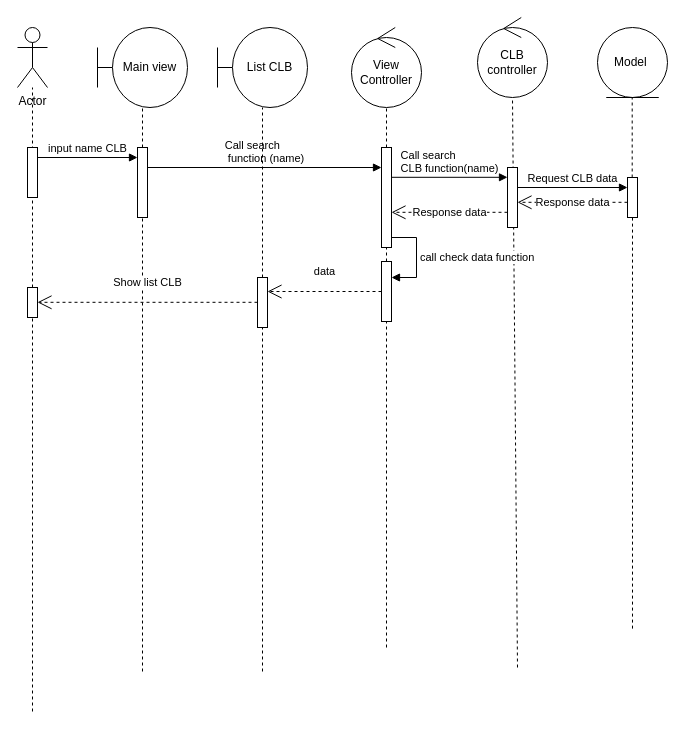
The draw.io diagram page "Search_CLB" (8 of 12) of diagram.drawio in ZanhhTrann/finall_project-, before the edit. Source tidied: cells renumbered, new cells numbered last; positions are measured from the earlier drawing's top-left corner, leaving out a move shared by most shapes. Both pictures are drawn from the tidied source at 100%, with x=0, y=0 at pixel (17, 17).
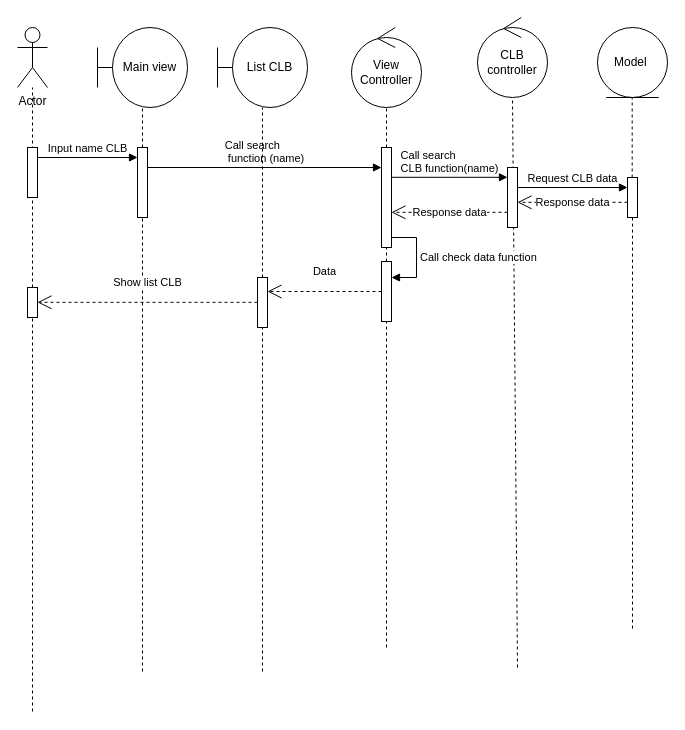
Above is the later version.

The change refers to these unchanged cells:
```xml
<mxCell id="16" style="html=1;points=[[0,0,0,0,5],[0,1,0,0,-5],[1,0,0,0,5],[1,1,0,0,-5]];perimeter=orthogonalPerimeter;outlineConnect=0;targetShapes=umlLifeline;portConstraint=eastwest;newEdgeStyle={&quot;curved&quot;:0,&quot;rounded&quot;:0};" parent="1" vertex="1">
  <mxGeometry x="364" y="244" width="10" height="60" as="geometry" />
</mxCell>
<mxCell id="19" style="html=1;points=[[0,0,0,0,5],[0,1,0,0,-5],[1,0,0,0,5],[1,1,0,0,-5]];perimeter=orthogonalPerimeter;outlineConnect=0;targetShapes=umlLifeline;portConstraint=eastwest;newEdgeStyle={&quot;curved&quot;:0,&quot;rounded&quot;:0};" parent="1" vertex="1">
  <mxGeometry x="364" y="130" width="10" height="100" as="geometry" />
</mxCell>
<mxCell id="36" style="html=1;points=[[0,0,0,0,5],[0,1,0,0,-5],[1,0,0,0,5],[1,1,0,0,-5]];perimeter=orthogonalPerimeter;outlineConnect=0;targetShapes=umlLifeline;portConstraint=eastwest;newEdgeStyle={&quot;curved&quot;:0,&quot;rounded&quot;:0};" parent="1" vertex="1">
  <mxGeometry x="240" y="260" width="10" height="50" as="geometry" />
</mxCell>
```

Diff of the diagram source:
```diff
@@
-    <mxCell id="21" value="call check data function&amp;nbsp;" style="html=1;align=left;spacingLeft=2;endArrow=block;rounded=0;edgeStyle=orthogonalEdgeStyle;curved=0;rounded=0;" parent="1" edge="1" source="19" target="16">
+    <mxCell id="21" value="Call check data function&amp;nbsp;" style="html=1;align=left;spacingLeft=2;endArrow=block;rounded=0;edgeStyle=orthogonalEdgeStyle;curved=0;rounded=0;" parent="1" edge="1" source="19" target="16">
       <mxGeometry relative="1" as="geometry">
         <Array as="points">
           <mxPoint x="399" y="220" />
           <mxPoint x="399" y="260" />
         </Array>
       </mxGeometry>
     </mxCell>
@@
-    <mxCell id="28" value="&lt;div style=&quot;text-align: left;&quot;&gt;input name CLB&lt;/div&gt;" style="html=1;verticalAlign=bottom;endArrow=block;curved=0;rounded=0;" parent="1" edge="1">
+    <mxCell id="28" value="&lt;div style=&quot;text-align: left;&quot;&gt;Input name CLB&lt;/div&gt;" style="html=1;verticalAlign=bottom;endArrow=block;curved=0;rounded=0;" parent="1" edge="1">
       <mxGeometry relative="1" as="geometry">
         <mxPoint x="20" y="140" as="sourcePoint" />
         <mxPoint x="120" y="140" as="targetPoint" />
       </mxGeometry>
     </mxCell>
@@
-    <mxCell id="32" value="data" style="endArrow=open;endSize=12;dashed=1;html=1;rounded=0;" parent="1" edge="1" source="16" target="36">
+    <mxCell id="32" value="Data" style="endArrow=open;endSize=12;dashed=1;html=1;rounded=0;" parent="1" edge="1" source="16" target="36">
       <mxGeometry y="-20" relative="1" as="geometry" />
     </mxCell>
```
